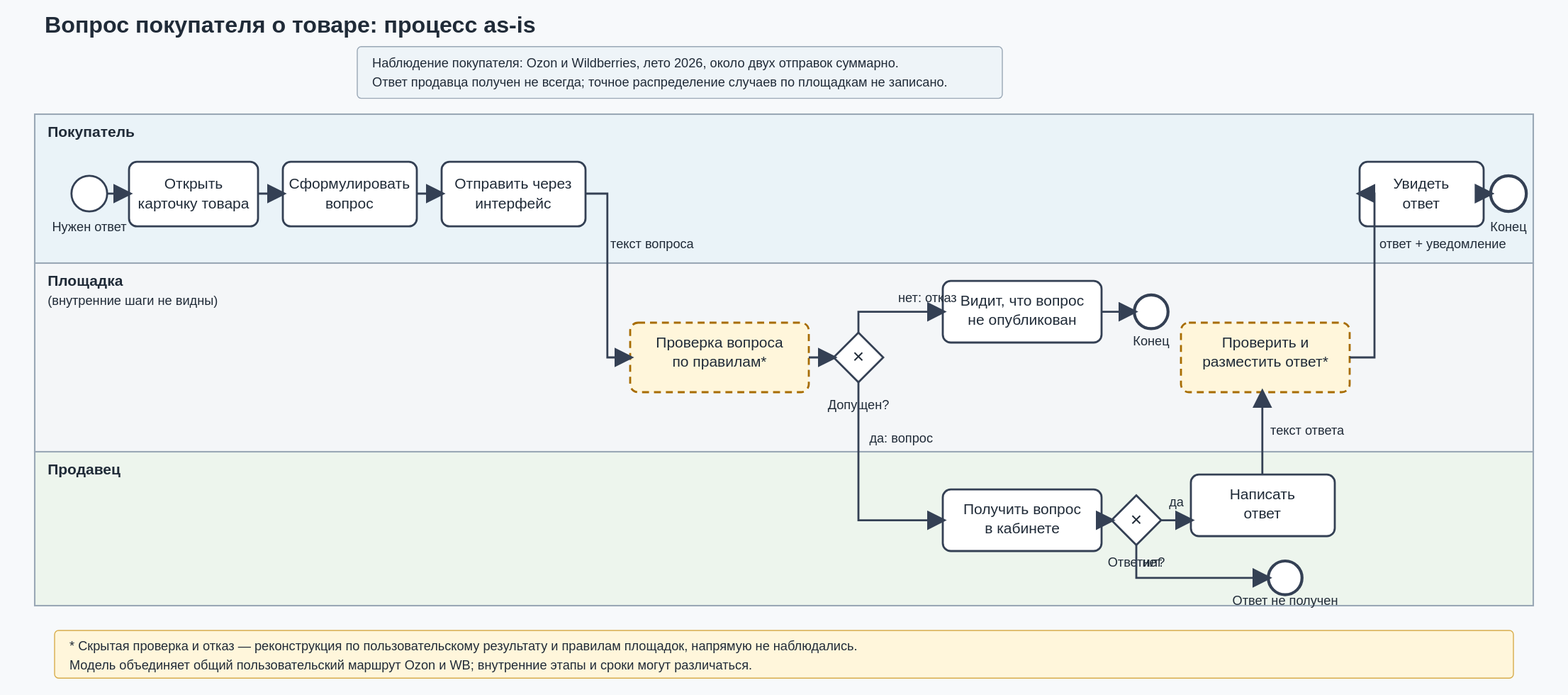
Above: lab3_marketplace_questions.svg in vib-system-analysis/sa-2026-pe1-wmymfwf58z-lang (BPMN), before the change. Its source is kept beside it as lab3_marketplace_questions.bpmn. Ids are renumbered.
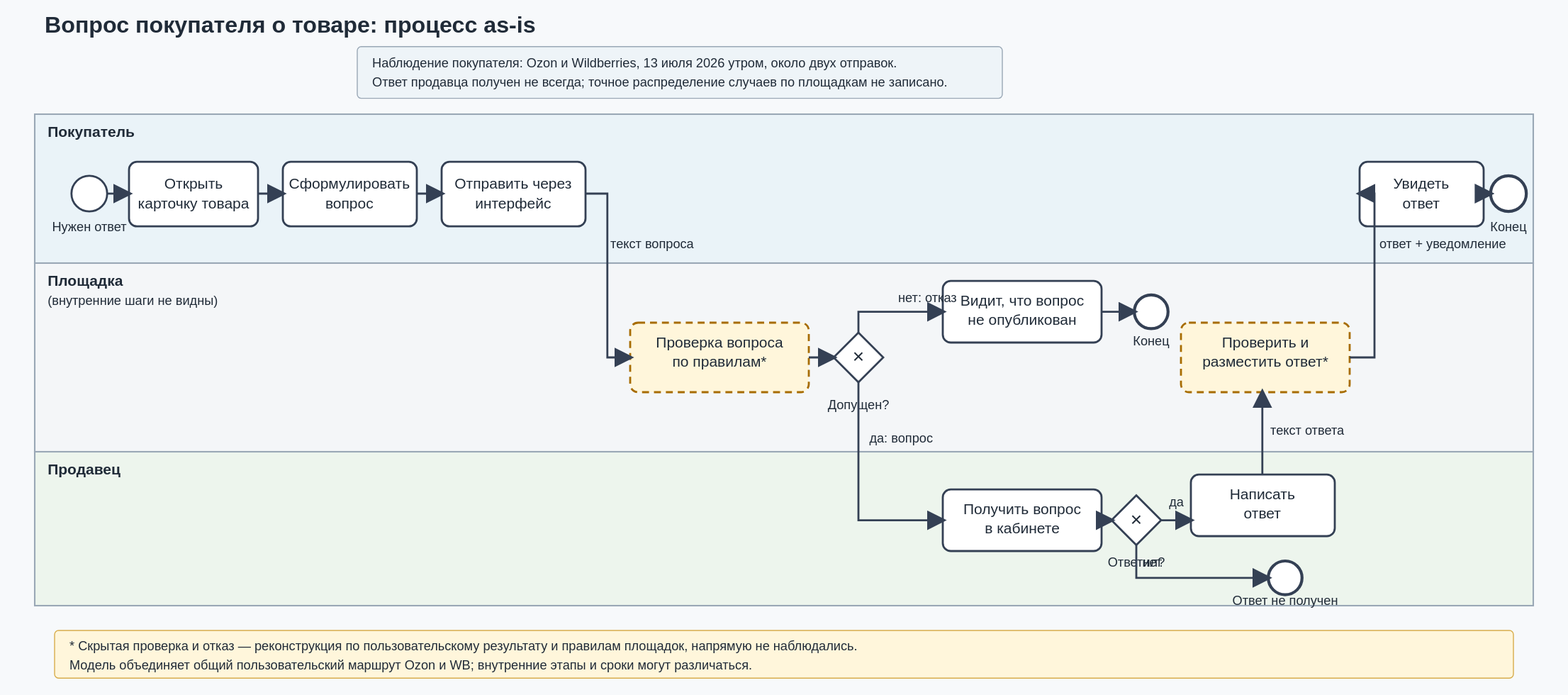
Above is the later version.

Change to the diagram source:
```diff
@@ -95,7 +95,7 @@
     <bpmn:sequenceFlow id="Flow_14" sourceRef="Task_SeeAnswer" targetRef="EndEvent_AnswerSeen"/>
 
     <bpmn:textAnnotation id="Annotation_Observed">
-      <bpmn:text>Наблюдение покупателя: Ozon и Wildberries, лето 2026, около двух отправок суммарно. Ответ продавца был не всегда.</bpmn:text>
+      <bpmn:text>Наблюдение покупателя: Ozon и Wildberries, 13 июля 2026 года утром, около двух отправок суммарно. Ответ продавца был не всегда.</bpmn:text>
     </bpmn:textAnnotation>
     <bpmn:association id="Association_Observed" sourceRef="Task_SendQuestion" targetRef="Annotation_Observed"/>
     <bpmn:textAnnotation id="Annotation_Inferred">
```
